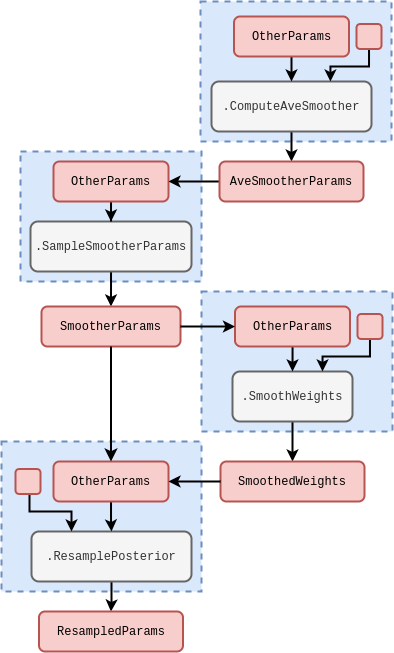
The draw.io diagram assets/modest/modest-modest-sampler.drawio.png in umbralcalc/umbralcalc.github.io, before a commit. Source tidied: cells renumbered, new cells last; positions are measured from the earlier drawing's top-left corner, leaving out a move shared by most shapes.
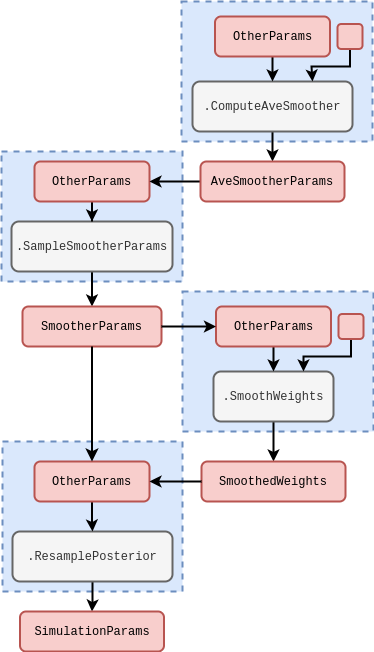
After the change.

Commit message:
Added improved diagram

Diff of the diagram source:
```diff
@@ -86,7 +86,7 @@
       <mxGeometry relative="1" as="geometry" />
     </mxCell>
     <mxCell id="26" style="rounded=0;whiteSpace=wrap;html=1;dashed=1;strokeWidth=2;fillColor=#dae8fc;strokeColor=#6c8ebf;" parent="1" vertex="1">
-      <mxGeometry y="440" width="200" height="150" as="geometry" />
+      <mxGeometry x="20" y="440" width="180" height="150" as="geometry" />
     </mxCell>
     <mxCell id="27" style="edgeStyle=orthogonalEdgeStyle;rounded=0;jettySize=auto;html=1;entryX=0.5;entryY=0;entryDx=0;entryDy=0;strokeWidth=2;" parent="1" edge="1" source="28" target="31">
       <mxGeometry relative="1" as="geometry" />
@@ -100,20 +100,9 @@
     <mxCell id="30" value="&lt;font face=&quot;Courier New&quot;&gt;OtherParams&lt;/font&gt;" style="rounded=1;whiteSpace=wrap;html=1;strokeWidth=2;fillColor=#f8cecc;strokeColor=#b85450;" parent="1" vertex="1">
       <mxGeometry x="52" y="460" width="115" height="40" as="geometry" />
     </mxCell>
-    <mxCell id="31" value="&lt;font face=&quot;Courier New&quot;&gt;ResampledParams&lt;/font&gt;" style="rounded=1;whiteSpace=wrap;html=1;strokeWidth=2;fillColor=#f8cecc;strokeColor=#b85450;" parent="1" vertex="1">
+    <mxCell id="31" value="&lt;font face=&quot;Courier New&quot;&gt;SimulationParams&lt;/font&gt;" style="rounded=1;whiteSpace=wrap;html=1;strokeWidth=2;fillColor=#f8cecc;strokeColor=#b85450;" parent="1" vertex="1">
       <mxGeometry x="37.5" y="610" width="144" height="40" as="geometry" />
     </mxCell>
-    <mxCell id="32" style="edgeStyle=orthogonalEdgeStyle;rounded=0;jettySize=auto;html=1;entryX=0.25;entryY=0;entryDx=0;entryDy=0;strokeWidth=2;" parent="1" edge="1" source="33" target="28">
-      <mxGeometry relative="1" as="geometry">
-        <Array as="points">
-          <mxPoint x="28" y="510" />
-          <mxPoint x="70" y="510" />
-        </Array>
-      </mxGeometry>
-    </mxCell>
-    <mxCell id="33" style="rounded=1;whiteSpace=wrap;html=1;strokeWidth=2;fillColor=#f8cecc;strokeColor=#b85450;" parent="1" vertex="1">
-      <mxGeometry x="14" y="467.5" width="25" height="25" as="geometry" />
-    </mxCell>
     <mxCell id="34" style="edgeStyle=orthogonalEdgeStyle;rounded=0;jettySize=auto;html=1;endSize=7;strokeWidth=2;" parent="1" edge="1" source="5" target="30">
       <mxGeometry relative="1" as="geometry" />
     </mxCell>
```
